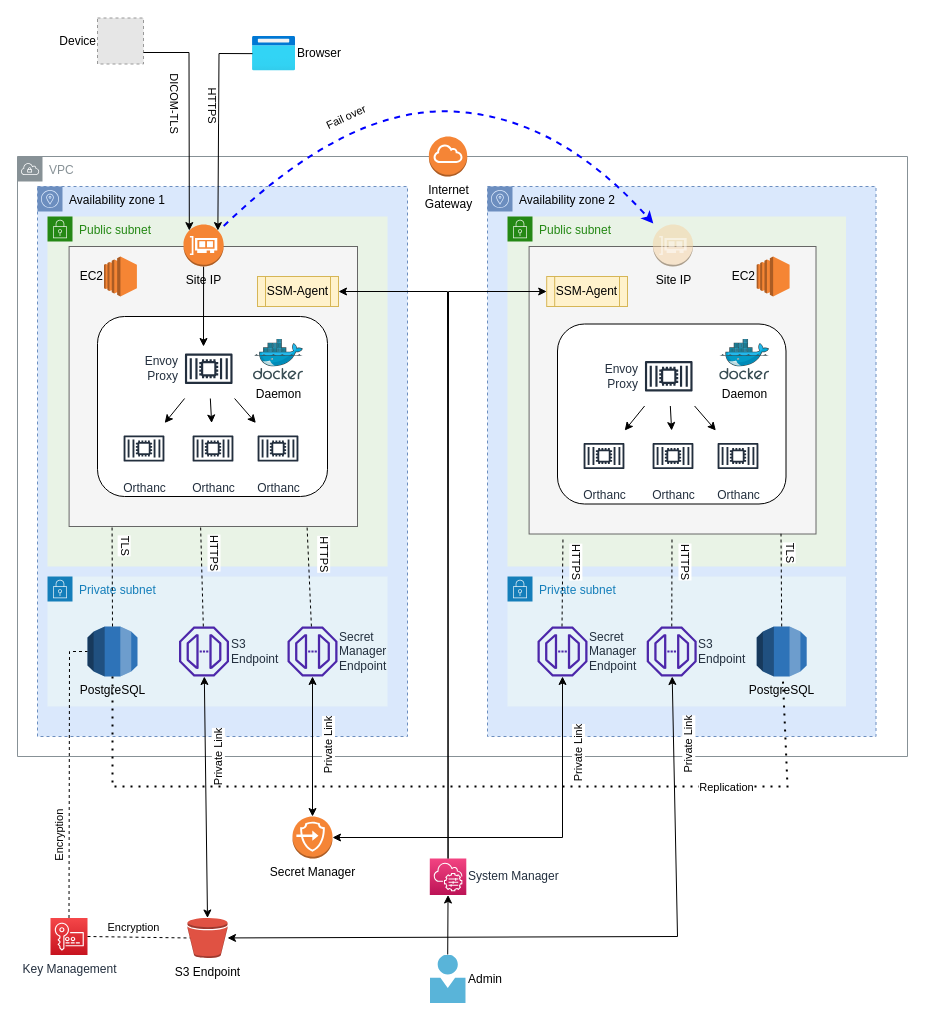
Earlier version of the draw.io diagram page "Architecture" (2 of 3) of docs/assets/diagrams/Orthweb.drawio (digihunch/orthweb). Source tidied: cells renumbered, new cells numbered last; positions are measured from the earlier drawing's top-left corner, leaving out a move shared by most shapes. Both pictures are drawn from the tidied source at 100%, with x=0, y=0 at pixel (17, 18). Pictures stored in the file or linked from it are replaced by grey dashed boxes.
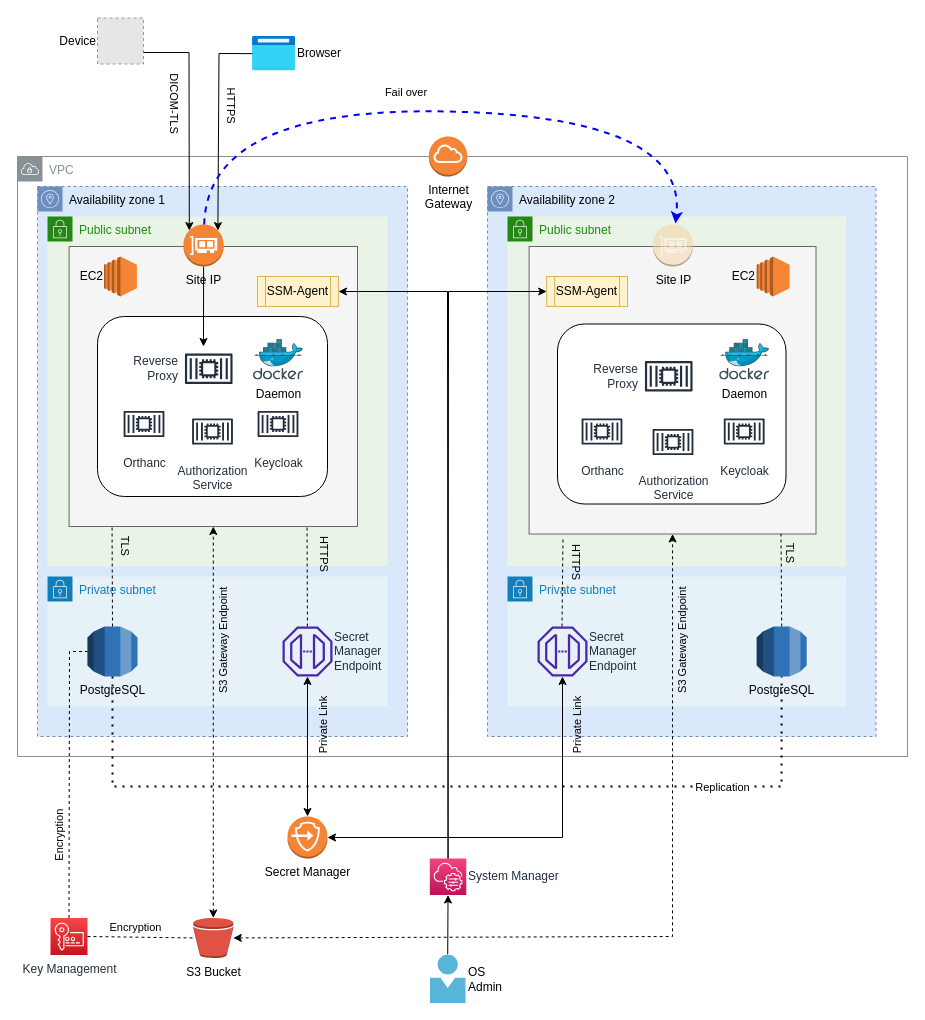
Above is the later version.

The change refers to these unchanged cells:
```xml
<mxCell id="5" style="rounded=0;whiteSpace=wrap;html=1;fillColor=#f5f5f5;strokeColor=#666666;fontColor=#333333;" parent="1" vertex="1">
  <mxGeometry x="51.6" y="228" width="288.4" height="280" as="geometry" />
</mxCell>
<mxCell id="11" value="PostgreSQL" style="outlineConnect=0;dashed=0;verticalLabelPosition=bottom;verticalAlign=top;align=center;html=1;shape=mxgraph.aws3.rds;fillColor=#2E73B8;gradientColor=none;labelPosition=center;" parent="1" vertex="1">
  <mxGeometry x="70" y="608" width="50" height="50" as="geometry" />
</mxCell>
<mxCell id="29" style="endArrow=classic;startArrow=classic;html=1;rounded=0;" parent="1" edge="1" source="19" target="26">
  <mxGeometry relative="1" as="geometry" />
</mxCell>
<mxCell id="33" style="endArrow=none;dashed=1;html=1;rounded=0;entryX=0.825;entryY=0.997;entryDx=0;entryDy=0;entryPerimeter=0;" parent="1" edge="1" source="26" target="5">
  <mxGeometry relative="1" as="geometry" />
</mxCell>
<mxCell id="35" style="endArrow=none;dashed=1;html=1;rounded=0;entryX=0.149;entryY=0.999;entryDx=0;entryDy=0;entryPerimeter=0;exitX=0.5;exitY=0;exitDx=0;exitDy=0;exitPerimeter=0;" parent="1" edge="1" source="11" target="5">
  <mxGeometry relative="1" as="geometry" />
</mxCell>
<mxCell id="43" style="endArrow=classic;html=1;rounded=0;entryX=0.855;entryY=0.145;entryDx=0;entryDy=0;entryPerimeter=0;" parent="1" edge="1" source="12" target="45">
  <mxGeometry relative="1" as="geometry">
    <Array as="points">
      <mxPoint x="201.5" y="35" />
    </Array>
  </mxGeometry>
</mxCell>
<mxCell id="45" value="Site IP" style="outlineConnect=0;dashed=0;verticalLabelPosition=bottom;verticalAlign=top;align=center;html=1;shape=mxgraph.aws3.elastic_network_interface;fillColor=#F58534;gradientColor=none;" parent="1" vertex="1">
  <mxGeometry x="166" y="206" width="40.2" height="42" as="geometry" />
</mxCell>
<mxCell id="46" value="PostgreSQL" style="outlineConnect=0;dashed=0;verticalLabelPosition=bottom;verticalAlign=top;align=center;html=1;shape=mxgraph.aws3.rds;fillColor=#2E73B8;gradientColor=none;labelPosition=center;" parent="1" vertex="1">
  <mxGeometry x="739.2" y="608" width="50" height="50" as="geometry" />
</mxCell>
<mxCell id="51" style="endArrow=classic;startArrow=classic;html=1;rounded=0;exitX=1;exitY=0.5;exitDx=0;exitDy=0;exitPerimeter=0;" parent="1" edge="1" source="19" target="48">
  <mxGeometry relative="1" as="geometry">
    <Array as="points">
      <mxPoint x="545" y="819" />
    </Array>
  </mxGeometry>
</mxCell>
<mxCell id="55" style="rounded=0;whiteSpace=wrap;html=1;fillColor=#f5f5f5;strokeColor=#666666;fontColor=#333333;" parent="1" vertex="1">
  <mxGeometry x="511.6" y="228" width="286.9" height="287.5" as="geometry" />
</mxCell>
<mxCell id="66" style="endArrow=none;dashed=1;html=1;rounded=0;entryX=0.878;entryY=0.999;entryDx=0;entryDy=0;entryPerimeter=0;exitX=0.5;exitY=0;exitDx=0;exitDy=0;exitPerimeter=0;" parent="1" edge="1" source="46" target="55">
  <mxGeometry relative="1" as="geometry" />
</mxCell>
<mxCell id="68" style="endArrow=none;dashed=1;html=1;rounded=0;" parent="1" edge="1">
  <mxGeometry relative="1" as="geometry">
    <mxPoint x="544.5" y="608" as="sourcePoint" />
    <mxPoint x="545.5" y="518" as="targetPoint" />
  </mxGeometry>
</mxCell>
<mxCell id="76" value="Site IP" style="outlineConnect=0;dashed=0;verticalLabelPosition=bottom;verticalAlign=top;align=center;html=1;shape=mxgraph.aws3.elastic_network_interface;fillColor=#F5D1A2;gradientColor=none;fillStyle=auto;opacity=50;shadow=0;sketch=0;perimeterSpacing=1;" parent="1" vertex="1">
  <mxGeometry x="635.4" y="206" width="40.2" height="42" as="geometry" />
</mxCell>
```

The edit, as a diff of the source:
```diff
@@
-    <mxCell id="14" value="Envoy&lt;br&gt;Proxy" style="sketch=0;outlineConnect=0;fontColor=#232F3E;gradientColor=none;strokeColor=#232F3E;fillColor=#ffffff;dashed=0;verticalLabelPosition=middle;verticalAlign=middle;align=right;html=1;fontSize=12;fontStyle=0;shape=mxgraph.aws4.resourceIcon;resIcon=mxgraph.aws4.container_2;labelPosition=left;" parent="1" vertex="1">
+    <mxCell id="14" value="Reverse&lt;div&gt;Proxy&lt;/div&gt;" style="sketch=0;outlineConnect=0;fontColor=#232F3E;gradientColor=none;strokeColor=#232F3E;fillColor=#ffffff;dashed=0;verticalLabelPosition=middle;verticalAlign=middle;align=right;html=1;fontSize=12;fontStyle=0;shape=mxgraph.aws4.resourceIcon;resIcon=mxgraph.aws4.container_2;labelPosition=left;" parent="1" vertex="1">
       <mxGeometry x="161.5" y="320.5" width="59.5" height="59.5" as="geometry" />
     </mxCell>
     <mxCell id="15" value="Orthanc" style="sketch=0;outlineConnect=0;fontColor=#232F3E;gradientColor=none;strokeColor=#232F3E;fillColor=#ffffff;dashed=0;verticalLabelPosition=bottom;verticalAlign=top;align=center;html=1;fontSize=12;fontStyle=0;shape=mxgraph.aws4.resourceIcon;resIcon=mxgraph.aws4.container_2;labelPosition=center;" parent="1" vertex="1">
-      <mxGeometry x="101" y="404.5" width="51" height="51" as="geometry" />
+      <mxGeometry x="101" y="380" width="51" height="51" as="geometry" />
     </mxCell>
-    <mxCell id="16" style="endArrow=classic;html=1;rounded=0;" parent="1" edge="1" source="14" target="15">
-      <mxGeometry relative="1" as="geometry" />
-    </mxCell>
@@
-    <mxCell id="18" value="Admin" style="sketch=0;html=1;points=[];align=left;image;fontSize=12;image=img/lib/mscae/Person.svg;labelPosition=right;verticalLabelPosition=middle;verticalAlign=middle;" parent="1" vertex="1">
+    <mxCell id="18" value="OS&lt;div&gt;Admin&lt;/div&gt;" style="sketch=0;html=1;points=[];align=left;image;fontSize=12;image=img/lib/mscae/Person.svg;labelPosition=right;verticalLabelPosition=middle;verticalAlign=middle;" parent="1" vertex="1">
       <mxGeometry x="412.8" y="936.5" width="35.9" height="48.5" as="geometry" />
     </mxCell>
     <mxCell id="19" value="Secret Manager" style="outlineConnect=0;dashed=0;verticalLabelPosition=bottom;verticalAlign=top;align=center;html=1;shape=mxgraph.aws3.endpoints;fillColor=#F58536;gradientColor=none;" parent="1" vertex="1">
-      <mxGeometry x="275" y="798" width="40" height="42" as="geometry" />
+      <mxGeometry x="270" y="798" width="40" height="42" as="geometry" />
     </mxCell>
-    <mxCell id="20" value="S3 Endpoint" style="outlineConnect=0;dashed=0;verticalLabelPosition=bottom;verticalAlign=top;align=center;html=1;shape=mxgraph.aws3.bucket;fillColor=#E05243;gradientColor=none;" parent="1" vertex="1">
-      <mxGeometry x="170" y="899.5" width="40" height="40" as="geometry" />
+    <mxCell id="20" value="S3 Bucket" style="outlineConnect=0;dashed=0;verticalLabelPosition=bottom;verticalAlign=top;align=center;html=1;shape=mxgraph.aws3.bucket;fillColor=#E05243;gradientColor=none;" parent="1" vertex="1">
+      <mxGeometry x="175.8" y="899.5" width="40" height="40" as="geometry" />
     </mxCell>
-    <mxCell id="21" value="Orthanc" style="sketch=0;outlineConnect=0;fontColor=#232F3E;gradientColor=none;strokeColor=#232F3E;fillColor=#ffffff;dashed=0;verticalLabelPosition=bottom;verticalAlign=top;align=center;html=1;fontSize=12;fontStyle=0;shape=mxgraph.aws4.resourceIcon;resIcon=mxgraph.aws4.container_2;labelPosition=center;" parent="1" vertex="1">
-      <mxGeometry x="170" y="404.5" width="51" height="51" as="geometry" />
+    <mxCell id="21" value="Authorization&lt;div&gt;Service&lt;/div&gt;" style="sketch=0;outlineConnect=0;fontColor=#232F3E;gradientColor=none;strokeColor=#232F3E;fillColor=#ffffff;dashed=0;verticalLabelPosition=bottom;verticalAlign=top;align=center;html=1;fontSize=12;fontStyle=0;shape=mxgraph.aws4.resourceIcon;resIcon=mxgraph.aws4.container_2;labelPosition=center;" parent="1" vertex="1">
+      <mxGeometry x="169.5" y="387.5" width="51" height="51" as="geometry" />
     </mxCell>
-    <mxCell id="22" value="Orthanc" style="sketch=0;outlineConnect=0;fontColor=#232F3E;gradientColor=none;strokeColor=#232F3E;fillColor=#ffffff;dashed=0;verticalLabelPosition=bottom;verticalAlign=top;align=center;html=1;fontSize=12;fontStyle=0;shape=mxgraph.aws4.resourceIcon;resIcon=mxgraph.aws4.container_2;labelPosition=center;" parent="1" vertex="1">
-      <mxGeometry x="235" y="404.5" width="51" height="51" as="geometry" />
+    <mxCell id="22" value="Keycloak" style="sketch=0;outlineConnect=0;fontColor=#232F3E;gradientColor=none;strokeColor=#232F3E;fillColor=#ffffff;dashed=0;verticalLabelPosition=bottom;verticalAlign=top;align=center;html=1;fontSize=12;fontStyle=0;shape=mxgraph.aws4.resourceIcon;resIcon=mxgraph.aws4.container_2;labelPosition=center;" parent="1" vertex="1">
+      <mxGeometry x="235" y="380" width="51" height="51" as="geometry" />
     </mxCell>
-    <mxCell id="23" style="endArrow=classic;html=1;rounded=0;" parent="1" edge="1" source="14" target="22">
-      <mxGeometry relative="1" as="geometry" />
-    </mxCell>
-    <mxCell id="24" style="endArrow=classic;html=1;rounded=0;" parent="1" edge="1" source="14" target="21">
-      <mxGeometry relative="1" as="geometry" />
-    </mxCell>
-    <mxCell id="25" value="S3&lt;br&gt;Endpoint" style="sketch=0;outlineConnect=0;fontColor=#232F3E;gradientColor=none;fillColor=#4D27AA;strokeColor=none;dashed=0;verticalLabelPosition=middle;verticalAlign=middle;align=left;html=1;fontSize=12;fontStyle=0;shape=mxgraph.aws4.endpoint;labelPosition=right;" parent="1" vertex="1">
-      <mxGeometry x="161.5" y="608" width="50" height="50" as="geometry" />
-    </mxCell>
     <mxCell id="26" value="Secret&lt;br&gt;Manager&lt;br&gt;Endpoint" style="sketch=0;outlineConnect=0;fontColor=#232F3E;gradientColor=none;fillColor=#4D27AA;strokeColor=none;dashed=0;verticalLabelPosition=middle;verticalAlign=middle;align=left;html=1;fontSize=12;fontStyle=0;shape=mxgraph.aws4.endpoint;labelPosition=right;" parent="1" vertex="1">
-      <mxGeometry x="270" y="608" width="50" height="50" as="geometry" />
+      <mxGeometry x="265" y="608" width="50" height="50" as="geometry" />
     </mxCell>
-    <mxCell id="27" style="endArrow=classic;startArrow=classic;html=1;rounded=0;exitX=0.5;exitY=0;exitDx=0;exitDy=0;exitPerimeter=0;" parent="1" edge="1" source="20" target="25">
+    <mxCell id="27" style="endArrow=classic;startArrow=classic;html=1;rounded=0;exitX=0.5;exitY=0;exitDx=0;exitDy=0;exitPerimeter=0;entryX=0.5;entryY=1;entryDx=0;entryDy=0;dashed=1;" parent="1" edge="1" source="20" target="5">
       <mxGeometry relative="1" as="geometry" />
     </mxCell>
-    <mxCell id="28" value="Private Link" style="edgeLabel;html=1;align=center;verticalAlign=middle;rotation=-90;" parent="27" vertex="1">
-      <mxGeometry x="0.64" y="-1" relative="1" as="geometry">
-        <mxPoint x="12" y="38" as="offset" />
-      </mxGeometry>
-    </mxCell>
+    <mxCell id="85" value="S3 Gateway Endpoint" style="edgeLabel;html=1;align=center;verticalAlign=middle;rotation=-90;labelBackgroundColor=none;" parent="27" vertex="1">
+      <mxGeometry x="-0.6" relative="1" as="geometry">
+        <mxPoint x="10" y="-199" as="offset" />
+      </mxGeometry>
+    </mxCell>
@@
-    <mxCell id="30" value="Private Link" style="edgeLabel;html=1;align=center;verticalAlign=middle;rotation=-90;" parent="29" vertex="1">
+    <mxCell id="30" value="Private Link" style="edgeLabel;html=1;align=center;verticalAlign=middle;rotation=-90;labelBackgroundColor=none;" parent="29" vertex="1">
       <mxGeometry x="0.51" y="1" relative="1" as="geometry">
-        <mxPoint x="16" y="36" as="offset" />
+        <mxPoint x="16" y="16" as="offset" />
       </mxGeometry>
     </mxCell>
-    <mxCell id="31" style="endArrow=none;dashed=1;html=1;rounded=0;entryX=0.456;entryY=1;entryDx=0;entryDy=0;entryPerimeter=0;" parent="1" edge="1" source="25" target="5">
-      <mxGeometry relative="1" as="geometry" />
-    </mxCell>
-    <mxCell id="32" value="HTTPS" style="edgeLabel;html=1;align=center;verticalAlign=middle;rotation=90;" parent="31" vertex="1">
-      <mxGeometry x="0.73" relative="1" as="geometry">
-        <mxPoint x="15" y="13" as="offset" />
-      </mxGeometry>
-    </mxCell>
@@
-    <mxCell id="34" value="HTTPS" style="edgeLabel;html=1;align=center;verticalAlign=middle;rotation=90;" parent="33" vertex="1">
+    <mxCell id="34" value="HTTPS" style="edgeLabel;html=1;align=center;verticalAlign=middle;rotation=90;labelBackgroundColor=none;" parent="33" vertex="1">
       <mxGeometry x="0.71" y="-2" relative="1" as="geometry">
         <mxPoint x="15" y="13" as="offset" />
       </mxGeometry>
     </mxCell>
@@
-    <mxCell id="36" value="TLS" style="edgeLabel;html=1;align=center;verticalAlign=middle;rotation=90;" parent="35" vertex="1">
+    <mxCell id="36" value="TLS" style="edgeLabel;html=1;align=center;verticalAlign=middle;rotation=90;labelBackgroundColor=none;" parent="35" vertex="1">
       <mxGeometry x="0.69" y="2" relative="1" as="geometry">
         <mxPoint x="16" y="4" as="offset" />
       </mxGeometry>
     </mxCell>
@@
     <mxCell id="44" value="HTTPS" style="edgeLabel;html=1;align=center;verticalAlign=middle;rotation=90;" parent="43" vertex="1">
       <mxGeometry x="-0.82" relative="1" as="geometry">
-        <mxPoint x="-20" y="51" as="offset" />
+        <mxPoint x="-1" y="51" as="offset" />
       </mxGeometry>
     </mxCell>
@@
-    <mxCell id="47" value="S3 &lt;br&gt;Endpoint" style="sketch=0;outlineConnect=0;fontColor=#232F3E;gradientColor=none;fillColor=#4D27AA;strokeColor=none;dashed=0;verticalLabelPosition=middle;verticalAlign=middle;align=left;html=1;fontSize=12;fontStyle=0;shape=mxgraph.aws4.endpoint;labelPosition=right;" parent="1" vertex="1">
-      <mxGeometry x="629.2" y="608" width="50" height="50" as="geometry" />
-    </mxCell>
@@
     <mxCell id="49" style="endArrow=none;dashed=1;html=1;dashPattern=1 3;strokeWidth=2;rounded=0;" parent="1" edge="1" source="11" target="46">
       <mxGeometry relative="1" as="geometry">
         <Array as="points">
           <mxPoint x="95" y="768" />
-          <mxPoint x="770" y="768" />
+          <mxPoint x="764" y="768" />
         </Array>
       </mxGeometry>
     </mxCell>
@@
-    <mxCell id="52" value="Private Link" style="edgeLabel;html=1;align=center;verticalAlign=middle;rotation=-90;" parent="51" vertex="1">
+    <mxCell id="52" value="Private Link" style="edgeLabel;html=1;align=center;verticalAlign=middle;rotation=-90;labelBackgroundColor=none;" parent="51" vertex="1">
       <mxGeometry x="0.51" y="1" relative="1" as="geometry">
-        <mxPoint x="16" y="-18" as="offset" />
+        <mxPoint x="15" y="-47" as="offset" />
       </mxGeometry>
     </mxCell>
-    <mxCell id="53" style="endArrow=classic;startArrow=classic;html=1;rounded=0;" parent="1" edge="1" source="20" target="47">
+    <mxCell id="53" style="endArrow=classic;startArrow=classic;html=1;rounded=0;dashed=1;entryX=0.5;entryY=1;entryDx=0;entryDy=0;" parent="1" edge="1" source="20" target="55">
       <mxGeometry relative="1" as="geometry">
         <Array as="points">
-          <mxPoint x="660" y="918" />
+          <mxPoint x="655" y="918" />
         </Array>
       </mxGeometry>
     </mxCell>
-    <mxCell id="54" value="Private Link" style="edgeLabel;html=1;align=center;verticalAlign=middle;rotation=-90;" parent="53" vertex="1">
-      <mxGeometry x="0.64" y="-1" relative="1" as="geometry">
-        <mxPoint x="12" y="-59" as="offset" />
-      </mxGeometry>
-    </mxCell>
+    <mxCell id="86" value="S3 Gateway Endpoint" style="edgeLabel;html=1;align=center;verticalAlign=middle;rotation=-90;labelBackgroundColor=none;" parent="53" vertex="1">
+      <mxGeometry x="0.25" y="-3" relative="1" as="geometry">
+        <mxPoint x="6" y="-208" as="offset" />
+      </mxGeometry>
+    </mxCell>
@@
-    <mxCell id="58" value="Envoy&lt;br&gt;Proxy" style="sketch=0;outlineConnect=0;fontColor=#232F3E;gradientColor=none;strokeColor=#232F3E;fillColor=#ffffff;dashed=0;verticalLabelPosition=middle;verticalAlign=middle;align=right;html=1;fontSize=12;fontStyle=0;shape=mxgraph.aws4.resourceIcon;resIcon=mxgraph.aws4.container_2;labelPosition=left;" parent="1" vertex="1">
+    <mxCell id="58" value="Reverse&lt;div&gt;Proxy&lt;/div&gt;" style="sketch=0;outlineConnect=0;fontColor=#232F3E;gradientColor=none;strokeColor=#232F3E;fillColor=#ffffff;dashed=0;verticalLabelPosition=middle;verticalAlign=middle;align=right;html=1;fontSize=12;fontStyle=0;shape=mxgraph.aws4.resourceIcon;resIcon=mxgraph.aws4.container_2;labelPosition=left;" parent="1" vertex="1">
       <mxGeometry x="621.5" y="328" width="59.5" height="59.5" as="geometry" />
     </mxCell>
     <mxCell id="59" value="Orthanc" style="sketch=0;outlineConnect=0;fontColor=#232F3E;gradientColor=none;strokeColor=#232F3E;fillColor=#ffffff;dashed=0;verticalLabelPosition=bottom;verticalAlign=top;align=center;html=1;fontSize=12;fontStyle=0;shape=mxgraph.aws4.resourceIcon;resIcon=mxgraph.aws4.container_2;labelPosition=center;" parent="1" vertex="1">
-      <mxGeometry x="561" y="412" width="51" height="51" as="geometry" />
+      <mxGeometry x="559" y="387.5" width="51" height="51" as="geometry" />
     </mxCell>
-    <mxCell id="60" style="endArrow=classic;html=1;rounded=0;" parent="1" edge="1" source="58" target="59">
-      <mxGeometry relative="1" as="geometry" />
-    </mxCell>
-    <mxCell id="61" value="Orthanc" style="sketch=0;outlineConnect=0;fontColor=#232F3E;gradientColor=none;strokeColor=#232F3E;fillColor=#ffffff;dashed=0;verticalLabelPosition=bottom;verticalAlign=top;align=center;html=1;fontSize=12;fontStyle=0;shape=mxgraph.aws4.resourceIcon;resIcon=mxgraph.aws4.container_2;labelPosition=center;" parent="1" vertex="1">
-      <mxGeometry x="630" y="412" width="51" height="51" as="geometry" />
+    <mxCell id="61" value="Authorization&lt;div&gt;Service&lt;/div&gt;" style="sketch=0;outlineConnect=0;fontColor=#232F3E;gradientColor=none;strokeColor=#232F3E;fillColor=#ffffff;dashed=0;verticalLabelPosition=bottom;verticalAlign=top;align=center;html=1;fontSize=12;fontStyle=0;shape=mxgraph.aws4.resourceIcon;resIcon=mxgraph.aws4.container_2;labelPosition=center;" parent="1" vertex="1">
+      <mxGeometry x="630" y="398" width="51" height="51" as="geometry" />
     </mxCell>
-    <mxCell id="62" value="Orthanc" style="sketch=0;outlineConnect=0;fontColor=#232F3E;gradientColor=none;strokeColor=#232F3E;fillColor=#ffffff;dashed=0;verticalLabelPosition=bottom;verticalAlign=top;align=center;html=1;fontSize=12;fontStyle=0;shape=mxgraph.aws4.resourceIcon;resIcon=mxgraph.aws4.container_2;labelPosition=center;" parent="1" vertex="1">
-      <mxGeometry x="695" y="412" width="51" height="51" as="geometry" />
+    <mxCell id="62" value="Keycloak" style="sketch=0;outlineConnect=0;fontColor=#232F3E;gradientColor=none;strokeColor=#232F3E;fillColor=#ffffff;dashed=0;verticalLabelPosition=bottom;verticalAlign=top;align=center;html=1;fontSize=12;fontStyle=0;shape=mxgraph.aws4.resourceIcon;resIcon=mxgraph.aws4.container_2;labelPosition=center;" parent="1" vertex="1">
+      <mxGeometry x="701.2" y="387.5" width="51" height="51" as="geometry" />
     </mxCell>
-    <mxCell id="63" style="endArrow=classic;html=1;rounded=0;" parent="1" edge="1" source="58" target="62">
-      <mxGeometry relative="1" as="geometry" />
-    </mxCell>
-    <mxCell id="64" style="endArrow=classic;html=1;rounded=0;" parent="1" edge="1" source="58" target="61">
-      <mxGeometry relative="1" as="geometry" />
-    </mxCell>
@@
-    <mxCell id="67" value="TLS" style="edgeLabel;html=1;align=center;verticalAlign=middle;rotation=90;" parent="66" vertex="1">
+    <mxCell id="67" value="TLS" style="edgeLabel;html=1;align=center;verticalAlign=middle;rotation=90;labelBackgroundColor=none;" parent="66" vertex="1">
       <mxGeometry x="0.69" y="2" relative="1" as="geometry">
         <mxPoint x="12" y="4" as="offset" />
       </mxGeometry>
     </mxCell>
@@
-    <mxCell id="69" value="HTTPS" style="edgeLabel;html=1;align=center;verticalAlign=middle;rotation=90;" parent="68" vertex="1">
+    <mxCell id="69" value="HTTPS" style="edgeLabel;html=1;align=center;verticalAlign=middle;rotation=90;labelBackgroundColor=none;" parent="68" vertex="1">
       <mxGeometry x="0.73" relative="1" as="geometry">
         <mxPoint x="15" y="13" as="offset" />
       </mxGeometry>
     </mxCell>
-    <mxCell id="70" style="endArrow=none;dashed=1;html=1;rounded=0;" parent="1" edge="1" source="47">
-      <mxGeometry relative="1" as="geometry">
-        <mxPoint x="654.5" y="518" as="targetPoint" />
-      </mxGeometry>
-    </mxCell>
-    <mxCell id="71" value="HTTPS" style="edgeLabel;html=1;align=center;verticalAlign=middle;rotation=90;" parent="70" vertex="1">
-      <mxGeometry x="0.73" relative="1" as="geometry">
-        <mxPoint x="15" y="13" as="offset" />
-      </mxGeometry>
-    </mxCell>
@@
     <mxCell id="74" style="curved=1;endArrow=classic;html=1;rounded=0;strokeWidth=2;strokeColor=#0000FF;dashed=1;" parent="1" edge="1" source="45" target="76">
       <mxGeometry relative="1" as="geometry">
         <Array as="points">
-          <mxPoint x="330" y="88" />
-          <mxPoint x="540" y="98" />
+          <mxPoint x="190" y="88" />
+          <mxPoint x="670" y="98" />
         </Array>
       </mxGeometry>
     </mxCell>
-    <mxCell id="75" value="Fail over&amp;nbsp;" style="edgeLabel;html=1;align=center;verticalAlign=middle;labelBackgroundColor=none;rotation=-25;" parent="74" vertex="1">
+    <mxCell id="75" value="Fail over&amp;nbsp;" style="edgeLabel;html=1;align=center;verticalAlign=middle;labelBackgroundColor=none;rotation=0;" parent="74" vertex="1">
       <mxGeometry x="-0.02" y="-1" relative="1" as="geometry">
-        <mxPoint x="-86" y="5" as="offset" />
+        <mxPoint x="-28" y="-20" as="offset" />
       </mxGeometry>
     </mxCell>
```
